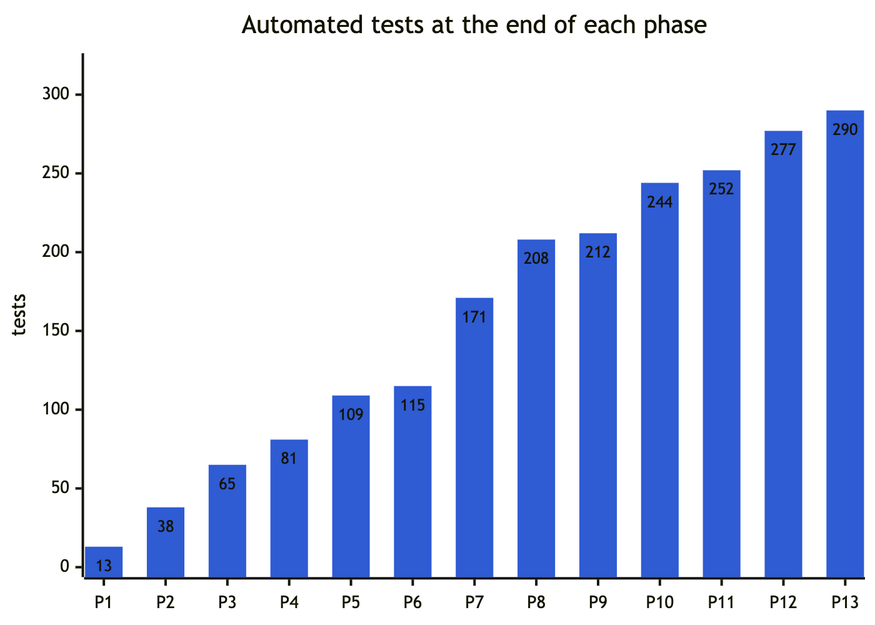
Above: docs/handbook/images/14-chart-tests-by-phase.png in abdulmdev/sentinel-incident-copilot (Mermaid), before the change. Its source is kept beside it as docs/handbook/diagrams/14-chart-tests-by-phase.mmd.
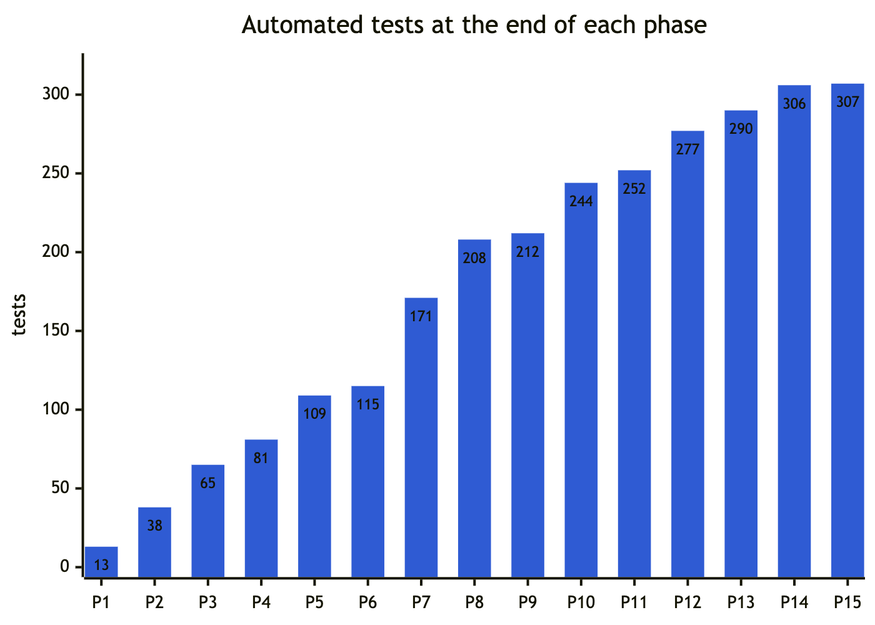
The same diagram one commit later.

Diff of the diagram source:
```diff
@@ -8,6 +8,6 @@
 ---
 xychart-beta
   title "Automated tests at the end of each phase"
-  x-axis ["P1", "P2", "P3", "P4", "P5", "P6", "P7", "P8", "P9", "P10", "P11", "P12", "P13"]
+  x-axis ["P1", "P2", "P3", "P4", "P5", "P6", "P7", "P8", "P9", "P10", "P11", "P12", "P13", "P14", "P15"]
   y-axis "tests" 0 --> 320
-  bar [13, 38, 65, 81, 109, 115, 171, 208, 212, 244, 252, 277, 290]
+  bar [13, 38, 65, 81, 109, 115, 171, 208, 212, 244, 252, 277, 290, 306, 307]
```
